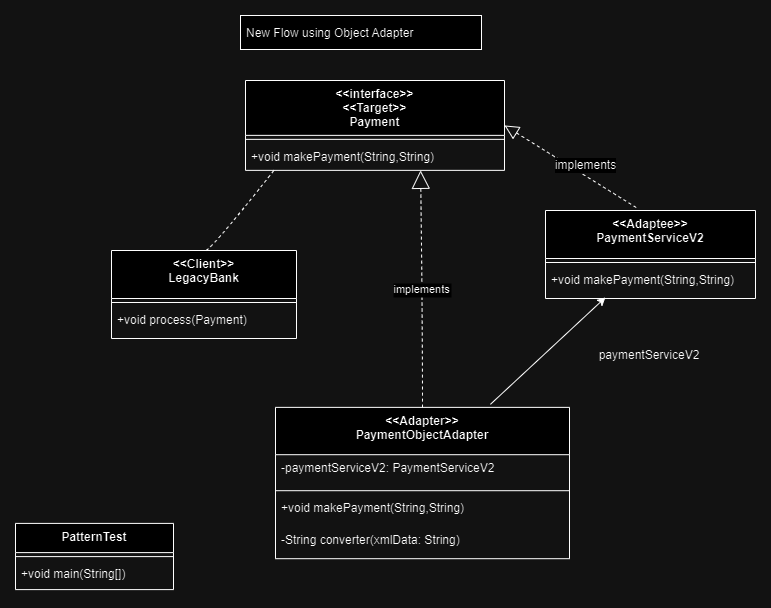
This is docs/gurupalaniveltech.learning.structural.adapter/newflow_object.drawio.png from gurupalaniveltech/design-pattern, a draw.io export, as it was before one commit. Source tidied: cells renumbered, new cells last; positions are measured from the earlier drawing's top-left corner, leaving out a move shared by most shapes.
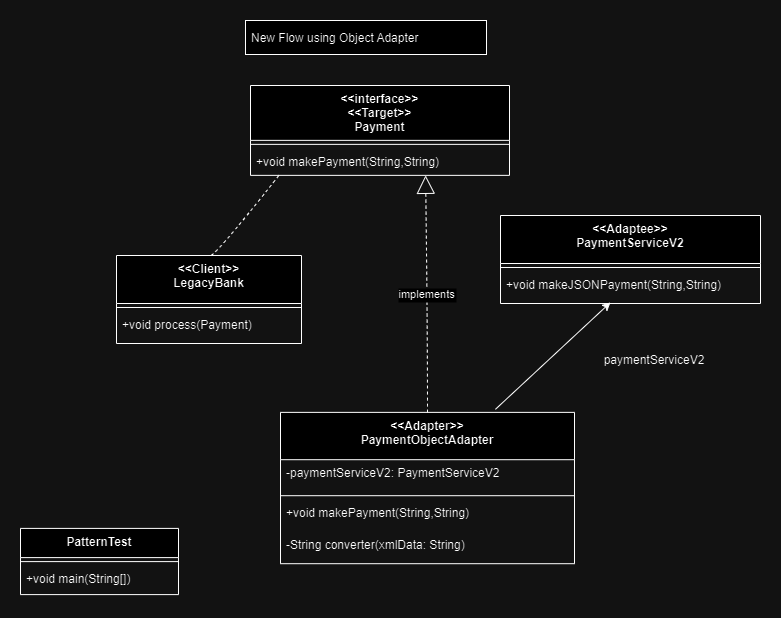
The same diagram one commit later.

What changed in the source:
```diff
@@ -30,13 +30,13 @@
       <mxGeometry y="62.9" width="259" height="27" as="geometry" />
     </mxCell>
     <mxCell id="11" value="&lt;&lt;Adaptee&gt;&gt;&#10;PaymentServiceV2" style="swimlane;fontStyle=1;align=center;verticalAlign=top;horizontal=1;startSize=48;" parent="1" vertex="1">
-      <mxGeometry x="530" y="195" width="210" height="88" as="geometry" />
+      <mxGeometry x="480" y="195" width="260" height="88" as="geometry" />
     </mxCell>
     <mxCell id="12" style="line;strokeWidth=1;fillColor=none;align=left;verticalAlign=middle;spacingTop=-1;spacingLeft=3;spacingRight=3;labelPosition=right;strokeColor=inherit;" parent="11" vertex="1">
-      <mxGeometry y="48" width="210" height="8" as="geometry" />
+      <mxGeometry y="48" width="260" height="8" as="geometry" />
     </mxCell>
-    <mxCell id="13" value="+void makePayment(String,String)" style="text;strokeColor=none;fillColor=none;align=left;verticalAlign=top;spacingLeft=4;spacingRight=4;overflow=hidden;" parent="11" vertex="1">
-      <mxGeometry y="56" width="210" height="32" as="geometry" />
+    <mxCell id="13" value="+void makeJSONPayment(String,String)" style="text;strokeColor=none;fillColor=none;align=left;verticalAlign=top;spacingLeft=4;spacingRight=4;overflow=hidden;" parent="11" vertex="1">
+      <mxGeometry y="56" width="260" height="32" as="geometry" />
     </mxCell>
     <mxCell id="14" value="&lt;&lt;Adapter&gt;&gt;&#10;PaymentObjectAdapter" style="swimlane;fontStyle=1;align=center;verticalAlign=top;horizontal=1;startSize=47.333333333333336;" parent="1" vertex="1">
       <mxGeometry x="260" y="391.9" width="294" height="151.3" as="geometry" />
@@ -71,9 +71,6 @@
         </Array>
       </mxGeometry>
     </mxCell>
-    <mxCell id="22" style="endArrow=block;dashed=1;endFill=0;endSize=12;html=1;rounded=0;exitX=0.432;exitY=-0.034;exitDx=0;exitDy=0;exitPerimeter=0;entryX=1;entryY=0.5;entryDx=0;entryDy=0;" parent="1" edge="1" source="11" target="8">
-      <mxGeometry relative="1" as="geometry" />
-    </mxCell>
     <mxCell id="23" style="endArrow=classic;html=1;rounded=0;exitX=0.731;exitY=-0.02;exitDx=0;exitDy=0;exitPerimeter=0;" parent="1" edge="1" source="14">
       <mxGeometry relative="1" as="geometry">
         <mxPoint x="590" y="281.9" as="targetPoint" />
@@ -82,8 +79,5 @@
     <mxCell id="24" value="&lt;span style=&quot;text-align: left; white-space: nowrap;&quot;&gt;paymentServiceV2&lt;/span&gt;" style="text;html=1;align=center;verticalAlign=middle;whiteSpace=wrap;rounded=0;" parent="1" vertex="1">
       <mxGeometry x="604" y="325" width="60" height="30" as="geometry" />
     </mxCell>
-    <mxCell id="25" value="implements" style="text;html=1;align=center;verticalAlign=middle;rounded=0;labelBackgroundColor=default;" parent="1" vertex="1">
-      <mxGeometry x="540" y="135" width="60" height="30" as="geometry" />
-    </mxCell>
   </root>
 </mxGraphModel>
```
